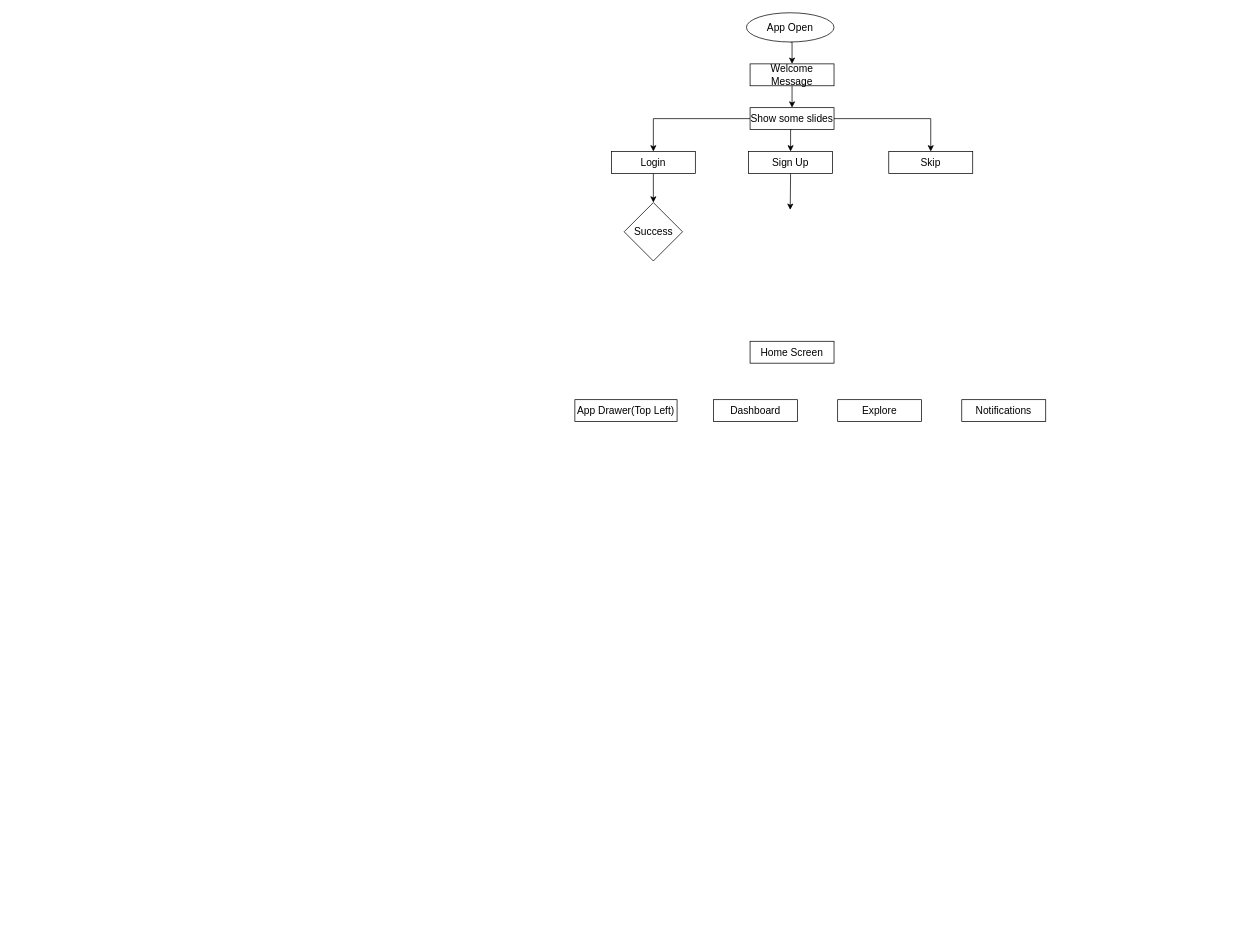
Before: BookJuice.drawio in showkat2203/bookJuice, a draw.io diagram. Source tidied: cells renumbered, new cells numbered last; positions are measured from the earlier drawing's top-left corner, leaving out a move shared by most shapes. Both pictures are drawn from the tidied source at 73%, with x=0, y=0 at pixel (575, 12).
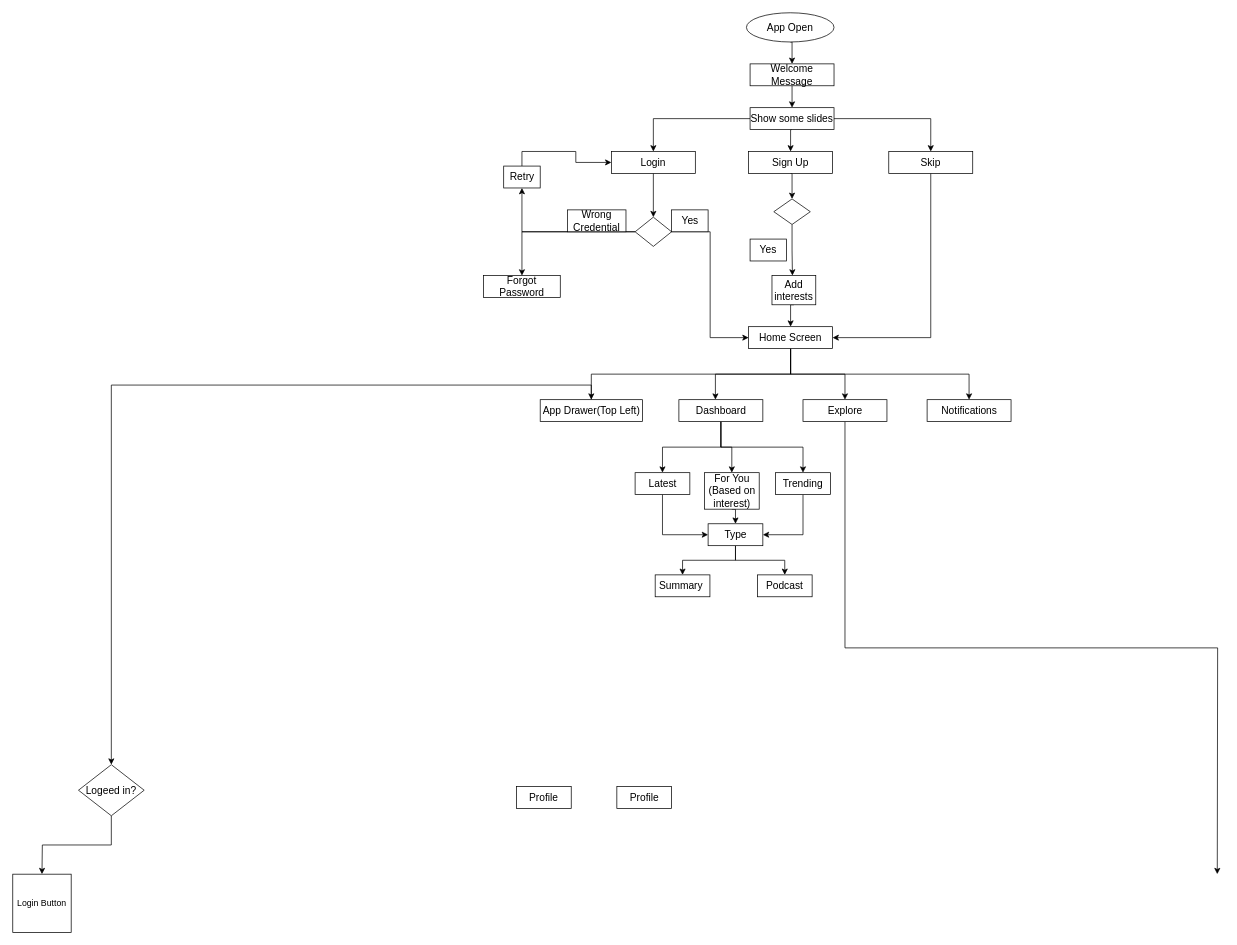
After the change.

Unchanged cells that the change refers to:
```xml
<mxCell id="7" value="Sign Up" style="rounded=0;whiteSpace=wrap;html=1;fontSize=14;" parent="1" vertex="1">
  <mxGeometry x="238" y="190" width="115" height="30" as="geometry" />
</mxCell>
<mxCell id="9" value="Login" style="rounded=0;whiteSpace=wrap;html=1;fontSize=14;" parent="1" vertex="1">
  <mxGeometry x="50" y="190" width="115" height="30" as="geometry" />
</mxCell>
<mxCell id="10" value="Skip" style="rounded=0;whiteSpace=wrap;html=1;fontSize=14;" parent="1" vertex="1">
  <mxGeometry x="430" y="190" width="115" height="30" as="geometry" />
</mxCell>
```

Change to the diagram source:
```diff
@@
-    <mxCell id="6" style="edgeStyle=orthogonalEdgeStyle;rounded=0;jettySize=auto;html=1;exitX=0.5;exitY=1;exitDx=0;exitDy=0;entryX=0.5;entryY=0;entryDx=0;entryDy=0;fontSize=14;" parent="1" edge="1" source="7">
-      <mxGeometry relative="1" as="geometry">
-        <mxPoint x="295" y="270" as="targetPoint" />
-      </mxGeometry>
-    </mxCell>
+    <mxCell id="21" style="edgeStyle=orthogonalEdgeStyle;rounded=0;jettySize=auto;html=1;exitX=0.5;exitY=1;exitDx=0;exitDy=0;entryX=0.5;entryY=0;entryDx=0;entryDy=0;" parent="1" edge="1" source="7" target="41">
+      <mxGeometry relative="1" as="geometry" />
+    </mxCell>
@@
-    <mxCell id="8" style="edgeStyle=orthogonalEdgeStyle;rounded=0;jettySize=auto;html=1;exitX=0.5;exitY=1;exitDx=0;exitDy=0;entryX=0.5;entryY=0;entryDx=0;entryDy=0;fontSize=14;" parent="1" edge="1" source="9" target="15">
+    <mxCell id="8" style="edgeStyle=orthogonalEdgeStyle;rounded=0;jettySize=auto;html=1;exitX=0.5;exitY=1;exitDx=0;exitDy=0;entryX=0.5;entryY=0;entryDx=0;entryDy=0;" parent="1" edge="1" source="9" target="15">
       <mxGeometry relative="1" as="geometry" />
     </mxCell>
@@
+    <mxCell id="22" style="edgeStyle=orthogonalEdgeStyle;rounded=0;jettySize=auto;html=1;exitX=0.5;exitY=1;exitDx=0;exitDy=0;entryX=1;entryY=0.5;entryDx=0;entryDy=0;" parent="1" edge="1" source="10" target="16">
+      <mxGeometry relative="1" as="geometry" />
+    </mxCell>
@@
+    <mxCell id="23" style="edgeStyle=orthogonalEdgeStyle;rounded=0;jettySize=auto;html=1;exitX=1;exitY=0.5;exitDx=0;exitDy=0;entryX=0;entryY=0.5;entryDx=0;entryDy=0;" parent="1" edge="1" source="15" target="16">
+      <mxGeometry relative="1" as="geometry" />
+    </mxCell>
+    <mxCell id="24" style="edgeStyle=orthogonalEdgeStyle;rounded=0;jettySize=auto;html=1;exitX=0;exitY=0.5;exitDx=0;exitDy=0;entryX=0.5;entryY=1;entryDx=0;entryDy=0;" parent="1" edge="1" source="15" target="37">
+      <mxGeometry relative="1" as="geometry" />
+    </mxCell>
+    <mxCell id="25" style="edgeStyle=orthogonalEdgeStyle;rounded=0;jettySize=auto;html=1;exitX=0;exitY=0.5;exitDx=0;exitDy=0;entryX=0.5;entryY=0;entryDx=0;entryDy=0;" parent="1" edge="1" source="15" target="35">
+      <mxGeometry relative="1" as="geometry" />
+    </mxCell>
-    <mxCell id="15" value="Success" style="rhombus;whiteSpace=wrap;html=1;fontSize=14;" parent="1" vertex="1">
-      <mxGeometry x="67.5" y="260" width="80" height="80" as="geometry" />
+    <mxCell id="15" style="rhombus;whiteSpace=wrap;html=1;fontSize=14;" parent="1" vertex="1">
+      <mxGeometry x="82.5" y="280" width="50" height="40" as="geometry" />
     </mxCell>
+    <mxCell id="26" style="edgeStyle=orthogonalEdgeStyle;rounded=0;jettySize=auto;html=1;exitX=0.5;exitY=1;exitDx=0;exitDy=0;entryX=0.435;entryY=0;entryDx=0;entryDy=0;entryPerimeter=0;" parent="1" edge="1" source="16" target="18">
+      <mxGeometry relative="1" as="geometry" />
+    </mxCell>
+    <mxCell id="27" style="edgeStyle=orthogonalEdgeStyle;rounded=0;jettySize=auto;html=1;exitX=0.5;exitY=1;exitDx=0;exitDy=0;entryX=0.5;entryY=0;entryDx=0;entryDy=0;" parent="1" edge="1" source="16" target="19">
+      <mxGeometry relative="1" as="geometry" />
+    </mxCell>
+    <mxCell id="28" style="edgeStyle=orthogonalEdgeStyle;rounded=0;jettySize=auto;html=1;exitX=0.5;exitY=1;exitDx=0;exitDy=0;" parent="1" edge="1" source="16" target="20">
+      <mxGeometry relative="1" as="geometry" />
+    </mxCell>
+    <mxCell id="29" style="edgeStyle=orthogonalEdgeStyle;rounded=0;jettySize=auto;html=1;exitX=0.5;exitY=1;exitDx=0;exitDy=0;entryX=0.5;entryY=0;entryDx=0;entryDy=0;" parent="1" edge="1" source="16" target="17">
+      <mxGeometry relative="1" as="geometry" />
+    </mxCell>
     <mxCell id="16" value="Home Screen" style="rounded=0;whiteSpace=wrap;html=1;fontSize=14;" parent="1" vertex="1">
-      <mxGeometry x="240" y="450" width="115" height="30" as="geometry" />
+      <mxGeometry x="238" y="430" width="115" height="30" as="geometry" />
     </mxCell>
+    <mxCell id="30" style="edgeStyle=orthogonalEdgeStyle;rounded=0;jettySize=auto;html=1;exitX=0.5;exitY=0;exitDx=0;exitDy=0;entryX=0.5;entryY=0;entryDx=0;entryDy=0;" parent="1" edge="1" source="17" target="59">
+      <mxGeometry relative="1" as="geometry" />
+    </mxCell>
     <mxCell id="17" value="App Drawer(Top Left)" style="rounded=0;whiteSpace=wrap;html=1;fontSize=14;" parent="1" vertex="1">
-      <mxGeometry y="530" width="140" height="30" as="geometry" />
+      <mxGeometry x="-47.5" y="530" width="140" height="30" as="geometry" />
     </mxCell>
+    <mxCell id="31" style="edgeStyle=orthogonalEdgeStyle;rounded=0;jettySize=auto;html=1;exitX=0.5;exitY=1;exitDx=0;exitDy=0;entryX=0.5;entryY=0;entryDx=0;entryDy=0;" parent="1" edge="1" source="18" target="46">
+      <mxGeometry relative="1" as="geometry" />
+    </mxCell>
+    <mxCell id="32" style="edgeStyle=orthogonalEdgeStyle;rounded=0;jettySize=auto;html=1;exitX=0.5;exitY=1;exitDx=0;exitDy=0;entryX=0.5;entryY=0;entryDx=0;entryDy=0;" parent="1" edge="1" source="18" target="48">
+      <mxGeometry relative="1" as="geometry" />
+    </mxCell>
+    <mxCell id="33" style="edgeStyle=orthogonalEdgeStyle;rounded=0;jettySize=auto;html=1;exitX=0.5;exitY=1;exitDx=0;exitDy=0;" parent="1" edge="1" source="18" target="50">
+      <mxGeometry relative="1" as="geometry" />
+    </mxCell>
     <mxCell id="18" value="Dashboard" style="rounded=0;whiteSpace=wrap;html=1;fontSize=14;" parent="1" vertex="1">
-      <mxGeometry x="190" y="530" width="115" height="30" as="geometry" />
+      <mxGeometry x="142.5" y="530" width="115" height="30" as="geometry" />
     </mxCell>
+    <mxCell id="34" style="edgeStyle=orthogonalEdgeStyle;rounded=0;jettySize=auto;html=1;exitX=0.5;exitY=1;exitDx=0;exitDy=0;" parent="1" edge="1" source="19">
+      <mxGeometry relative="1" as="geometry">
+        <mxPoint x="880" y="1180" as="targetPoint" />
+      </mxGeometry>
+    </mxCell>
     <mxCell id="19" value="Explore&lt;br&gt;" style="rounded=0;whiteSpace=wrap;html=1;fontSize=14;" parent="1" vertex="1">
-      <mxGeometry x="360" y="530" width="115" height="30" as="geometry" />
+      <mxGeometry x="312.5" y="530" width="115" height="30" as="geometry" />
     </mxCell>
     <mxCell id="20" value="Notifications" style="rounded=0;whiteSpace=wrap;html=1;fontSize=14;" parent="1" vertex="1">
-      <mxGeometry x="530" y="530" width="115" height="30" as="geometry" />
+      <mxGeometry x="482.5" y="530" width="115" height="30" as="geometry" />
     </mxCell>
+    <mxCell id="35" value="Forgot Password" style="rounded=0;whiteSpace=wrap;html=1;fontSize=14;" parent="1" vertex="1">
+      <mxGeometry x="-125" y="360" width="105" height="30" as="geometry" />
+    </mxCell>
+    <mxCell id="36" style="edgeStyle=orthogonalEdgeStyle;rounded=0;jettySize=auto;html=1;exitX=0.5;exitY=0;exitDx=0;exitDy=0;entryX=0;entryY=0.5;entryDx=0;entryDy=0;" parent="1" edge="1" source="37" target="9">
+      <mxGeometry relative="1" as="geometry" />
+    </mxCell>
+    <mxCell id="37" value="Retry" style="rounded=0;whiteSpace=wrap;html=1;fontSize=14;" parent="1" vertex="1">
+      <mxGeometry x="-97.5" y="210" width="50" height="30" as="geometry" />
+    </mxCell>
+    <mxCell id="38" value="Yes" style="rounded=0;whiteSpace=wrap;html=1;fontSize=14;" parent="1" vertex="1">
+      <mxGeometry x="132.5" y="270" width="50" height="30" as="geometry" />
+    </mxCell>
+    <mxCell id="39" value="Wrong Credential" style="rounded=0;whiteSpace=wrap;html=1;fontSize=14;" parent="1" vertex="1">
+      <mxGeometry x="-10" y="270" width="80" height="30" as="geometry" />
+    </mxCell>
+    <mxCell id="40" style="edgeStyle=orthogonalEdgeStyle;rounded=0;jettySize=auto;html=1;exitX=0.5;exitY=1;exitDx=0;exitDy=0;entryX=0.467;entryY=0;entryDx=0;entryDy=0;entryPerimeter=0;" parent="1" edge="1" source="41" target="44">
+      <mxGeometry relative="1" as="geometry" />
+    </mxCell>
+    <mxCell id="41" style="rhombus;whiteSpace=wrap;html=1;fontSize=14;" parent="1" vertex="1">
+      <mxGeometry x="272.5" y="255" width="50" height="35" as="geometry" />
+    </mxCell>
+    <mxCell id="42" value="Yes" style="rounded=0;whiteSpace=wrap;html=1;fontSize=14;" parent="1" vertex="1">
+      <mxGeometry x="240" y="310" width="50" height="30" as="geometry" />
+    </mxCell>
+    <mxCell id="43" style="edgeStyle=orthogonalEdgeStyle;rounded=0;jettySize=auto;html=1;exitX=0.5;exitY=1;exitDx=0;exitDy=0;entryX=0.5;entryY=0;entryDx=0;entryDy=0;" parent="1" edge="1" source="44" target="16">
+      <mxGeometry relative="1" as="geometry" />
+    </mxCell>
+    <mxCell id="44" value="Add interests" style="rounded=0;whiteSpace=wrap;html=1;fontSize=14;" parent="1" vertex="1">
+      <mxGeometry x="270" y="360" width="60" height="40" as="geometry" />
+    </mxCell>
+    <mxCell id="45" style="edgeStyle=orthogonalEdgeStyle;rounded=0;jettySize=auto;html=1;exitX=0.5;exitY=1;exitDx=0;exitDy=0;entryX=0;entryY=0.5;entryDx=0;entryDy=0;" parent="1" edge="1" source="46" target="55">
+      <mxGeometry relative="1" as="geometry" />
+    </mxCell>
+    <mxCell id="46" value="Latest" style="rounded=0;whiteSpace=wrap;html=1;fontSize=14;" parent="1" vertex="1">
+      <mxGeometry x="82.5" y="630" width="75" height="30" as="geometry" />
+    </mxCell>
+    <mxCell id="47" style="edgeStyle=orthogonalEdgeStyle;rounded=0;jettySize=auto;html=1;exitX=0.5;exitY=1;exitDx=0;exitDy=0;entryX=0.5;entryY=0;entryDx=0;entryDy=0;" parent="1" edge="1" source="48" target="55">
+      <mxGeometry relative="1" as="geometry" />
+    </mxCell>
+    <mxCell id="48" value="For You&lt;br&gt;(Based on interest)" style="rounded=0;whiteSpace=wrap;html=1;fontSize=14;" parent="1" vertex="1">
+      <mxGeometry x="177.5" y="630" width="75" height="50" as="geometry" />
+    </mxCell>
+    <mxCell id="49" style="edgeStyle=orthogonalEdgeStyle;rounded=0;jettySize=auto;html=1;exitX=0.5;exitY=1;exitDx=0;exitDy=0;entryX=1;entryY=0.5;entryDx=0;entryDy=0;" parent="1" edge="1" source="50" target="55">
+      <mxGeometry relative="1" as="geometry" />
+    </mxCell>
+    <mxCell id="50" value="Trending" style="rounded=0;whiteSpace=wrap;html=1;fontSize=14;" parent="1" vertex="1">
+      <mxGeometry x="275" y="630" width="75" height="30" as="geometry" />
+    </mxCell>
+    <mxCell id="51" value="Summary&lt;span style=&quot;white-space: pre&quot;&gt; &lt;/span&gt;" style="rounded=0;whiteSpace=wrap;html=1;fontSize=14;" parent="1" vertex="1">
+      <mxGeometry x="110" y="770" width="75" height="30" as="geometry" />
+    </mxCell>
+    <mxCell id="52" value="Podcast" style="rounded=0;whiteSpace=wrap;html=1;fontSize=14;" parent="1" vertex="1">
+      <mxGeometry x="250" y="770" width="75" height="30" as="geometry" />
+    </mxCell>
+    <mxCell id="53" style="edgeStyle=orthogonalEdgeStyle;rounded=0;jettySize=auto;html=1;exitX=0.5;exitY=1;exitDx=0;exitDy=0;entryX=0.5;entryY=0;entryDx=0;entryDy=0;" parent="1" edge="1" source="55" target="51">
+      <mxGeometry relative="1" as="geometry" />
+    </mxCell>
+    <mxCell id="54" style="edgeStyle=orthogonalEdgeStyle;rounded=0;jettySize=auto;html=1;exitX=0.5;exitY=1;exitDx=0;exitDy=0;entryX=0.5;entryY=0;entryDx=0;entryDy=0;" parent="1" edge="1" source="55" target="52">
+      <mxGeometry relative="1" as="geometry" />
+    </mxCell>
+    <mxCell id="55" value="Type" style="rounded=0;whiteSpace=wrap;html=1;fontSize=14;" parent="1" vertex="1">
+      <mxGeometry x="182.5" y="700" width="75" height="30" as="geometry" />
+    </mxCell>
+    <mxCell id="56" value="Profile" style="rounded=0;whiteSpace=wrap;html=1;fontSize=14;" parent="1" vertex="1">
+      <mxGeometry x="-80" y="1060" width="75" height="30" as="geometry" />
+    </mxCell>
+    <mxCell id="57" value="Profile" style="rounded=0;whiteSpace=wrap;html=1;fontSize=14;" parent="1" vertex="1">
+      <mxGeometry x="57.5" y="1060" width="75" height="30" as="geometry" />
+    </mxCell>
+    <mxCell id="58" style="edgeStyle=orthogonalEdgeStyle;rounded=0;jettySize=auto;html=1;exitX=0.5;exitY=1;exitDx=0;exitDy=0;" parent="1" edge="1" source="59">
+      <mxGeometry relative="1" as="geometry">
+        <mxPoint x="-730" y="1180" as="targetPoint" />
+      </mxGeometry>
+    </mxCell>
+    <mxCell id="59" value="&lt;font style=&quot;font-size: 14px&quot;&gt;Logeed in?&lt;/font&gt;" style="rhombus;whiteSpace=wrap;html=1;" parent="1" vertex="1">
+      <mxGeometry x="-680" y="1030" width="90" height="70" as="geometry" />
+    </mxCell>
+    <mxCell id="60" value="Login Button" style="whiteSpace=wrap;html=1;" parent="1" vertex="1">
+      <mxGeometry x="-770" y="1180" width="80" height="80" as="geometry" />
+    </mxCell>
```
